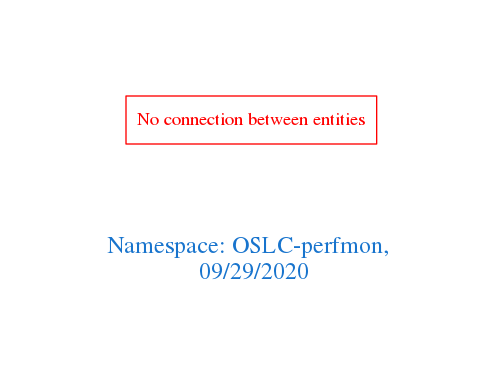
Above: downloads/OSLC-perfmon.png in arago/OGIT (Graphviz), before the change. Its source is kept beside it as downloads/OSLC-perfmon.dot.
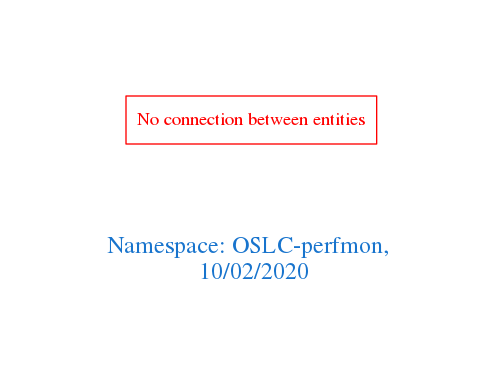
Above is the later version.

What changed in the source:
```diff
@@ -1,7 +1,7 @@
 digraph OGIT_ontology {
  graph [ rankdir= LR,pad=1
 fontsize = 18,
-fontcolor= dodgerblue3,label = "\n\n\nNamespace: OSLC-perfmon, \n 09/29/2020"];
+fontcolor= dodgerblue3,label = "\n\n\nNamespace: OSLC-perfmon, \n 10/02/2020"];
 node[shape=polygon];
 edge [  color="gray81"];
 
```
